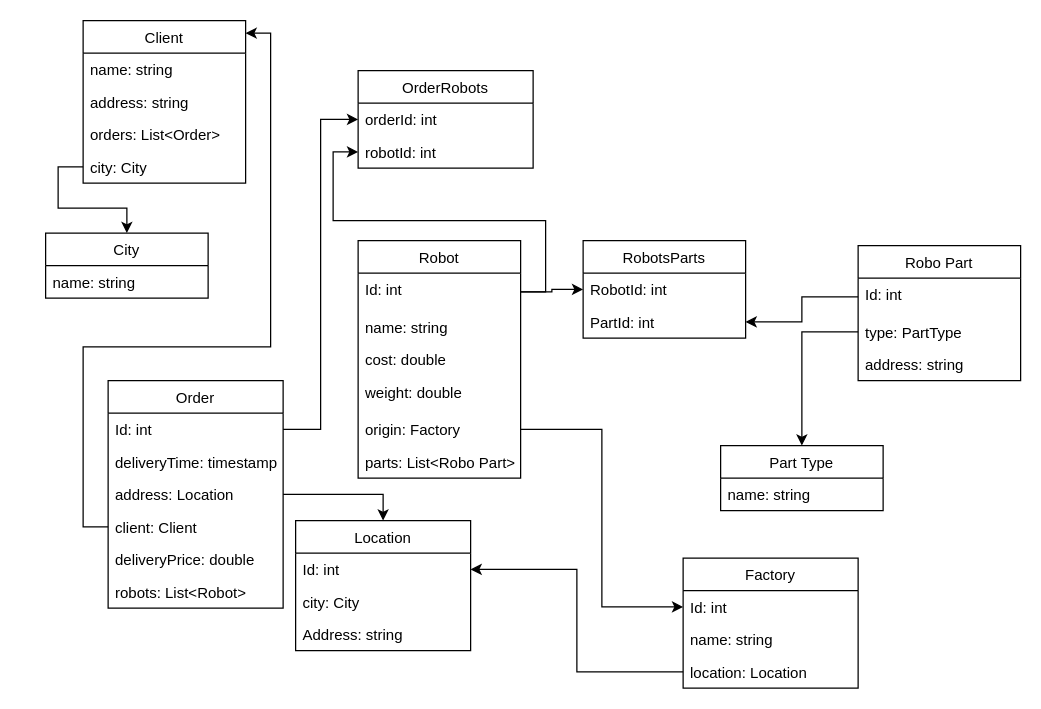
Bl4ck-C4t/Robot-factory keeps this draw.io diagram as Entity Diagram.drawio. Above is the earlier version. Source tidied: cells renumbered, new cells numbered last; positions are measured from the earlier drawing's top-left corner, leaving out a move shared by most shapes. Both pictures are drawn from the tidied source at 125%, with x=0, y=0 at pixel (45, 20).
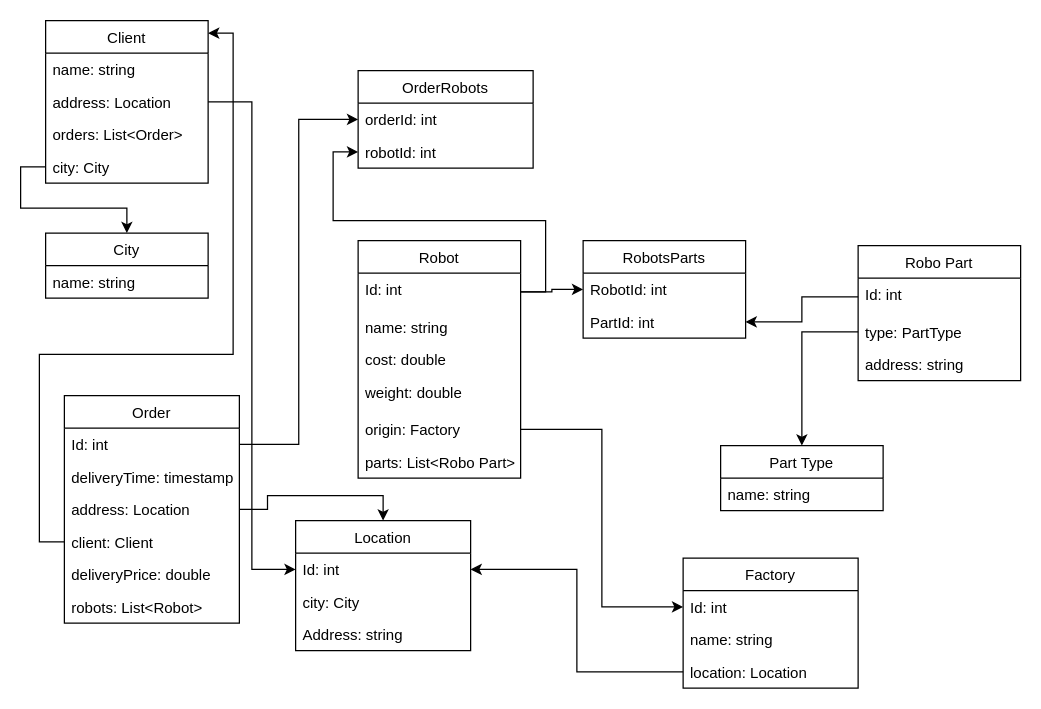
Above is the later version.

Unchanged cells that the change refers to:
```xml
<mxCell id="29" value="Id: int" style="text;strokeColor=none;fillColor=none;align=left;verticalAlign=top;spacingLeft=4;spacingRight=4;overflow=hidden;points=[[0,0.5],[1,0.5]];portConstraint=eastwest;" parent="28" vertex="1">
  <mxGeometry y="26" width="140" height="26" as="geometry" />
</mxCell>
```

Diff of the diagram source:
```diff
@@
     <mxCell id="13" value="Client" style="swimlane;fontStyle=0;horizontal=1;startSize=26;fillColor=none;" parent="1" vertex="1">
-      <mxGeometry x="30" width="130" height="130" as="geometry" />
+      <mxGeometry width="130" height="130" as="geometry" />
     </mxCell>
@@
-    <mxCell id="15" value="address: string" style="text;strokeColor=none;fillColor=none;align=left;verticalAlign=top;spacingLeft=4;spacingRight=4;overflow=hidden;points=[[0,0.5],[1,0.5]];portConstraint=eastwest;" parent="13" vertex="1">
+    <mxCell id="15" value="address: Location" style="text;strokeColor=none;fillColor=none;align=left;verticalAlign=top;spacingLeft=4;spacingRight=4;overflow=hidden;points=[[0,0.5],[1,0.5]];portConstraint=eastwest;" parent="13" vertex="1">
       <mxGeometry y="52" width="130" height="26" as="geometry" />
     </mxCell>
@@
     <mxCell id="35" value="Order" style="swimlane;fontStyle=0;horizontal=1;startSize=26;fillColor=none;" parent="1" vertex="1">
-      <mxGeometry x="50" y="288" width="140" height="182" as="geometry" />
+      <mxGeometry x="15" y="300" width="140" height="182" as="geometry" />
     </mxCell>
@@
+    <mxCell id="53" style="edgeStyle=orthogonalEdgeStyle;rounded=0;jettySize=auto;html=1;exitX=1;exitY=0.5;exitDx=0;exitDy=0;entryX=0;entryY=0.5;entryDx=0;entryDy=0;" parent="1" edge="1" source="15" target="29">
+      <mxGeometry relative="1" as="geometry" />
+    </mxCell>
```
